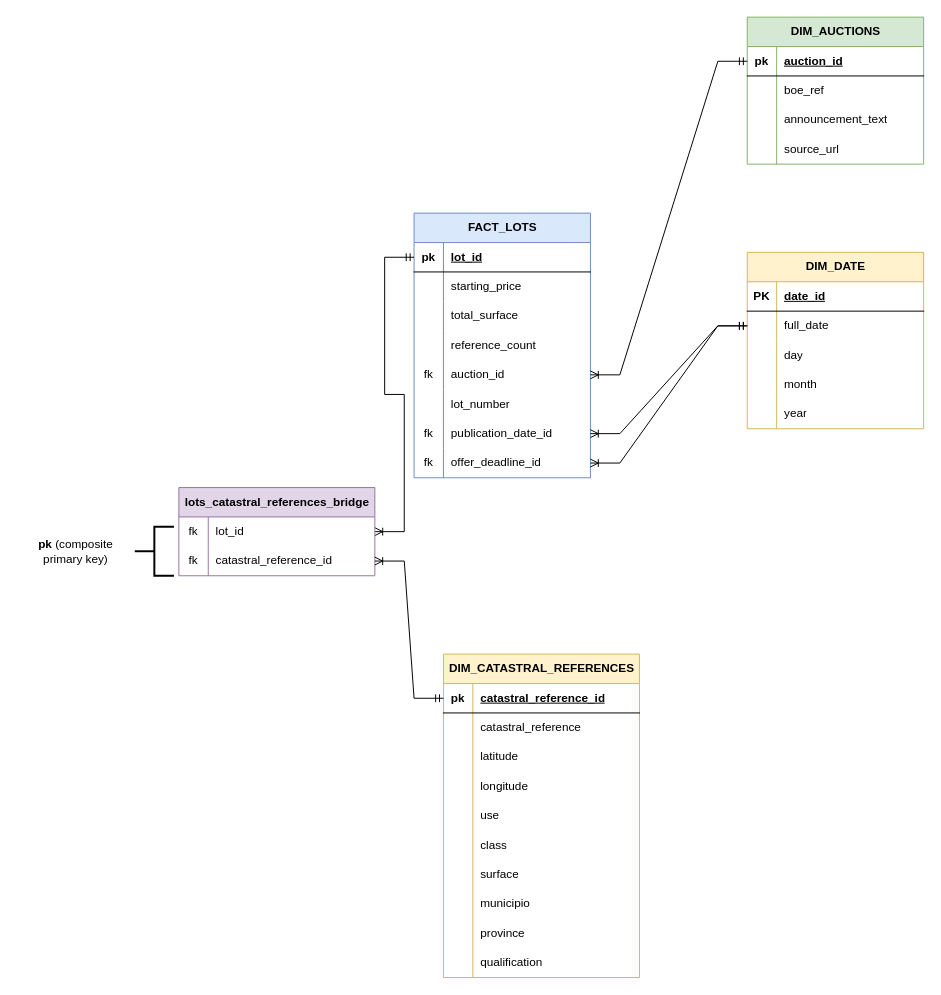
The draw.io diagram data_modeling/OLAP/3.gold/E-R.drawio in MiguelDonado/subastas_analytics, before the edit. Source tidied: cells renumbered, new cells numbered last; positions are measured from the earlier drawing's top-left corner, leaving out a move shared by most shapes. Both pictures are drawn from the tidied source at 98%, with x=0, y=0 at pixel (17, 17).
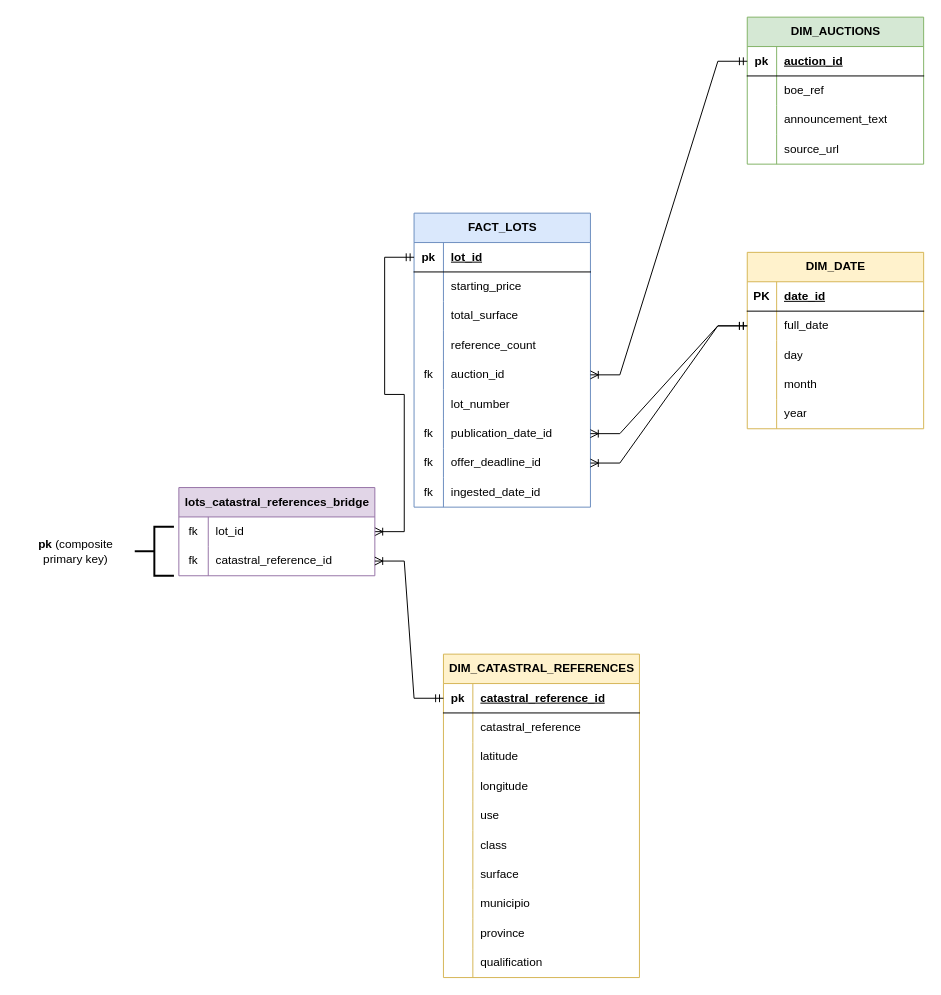
After the change.

The edit, as a diff of the source:
```diff
@@
     <mxCell id="15" value="FACT_LOTS" style="shape=table;startSize=30;childLayout=tableLayout;rowLines=0;fontStyle=1;align=center;html=1;fillColor=#dae8fc;strokeColor=#6c8ebf;" parent="1" vertex="1">
-      <mxGeometry x="405" y="200" width="180" height="270" as="geometry" />
+      <mxGeometry x="405" y="200" width="180" height="300" as="geometry" />
     </mxCell>
@@
+    <mxCell id="101" style="shape=tableRow;horizontal=0;startSize=0;swimlaneHead=0;swimlaneBody=0;fillColor=none;top=0;left=0;right=0;bottom=0;" parent="15" vertex="1">
+      <mxGeometry y="270" width="180" height="30" as="geometry" />
+    </mxCell>
+    <mxCell id="102" value="fk" style="shape=partialRectangle;fillColor=none;top=0;left=0;bottom=0;right=0;overflow=hidden;whiteSpace=wrap;html=1;" parent="101" vertex="1">
+      <mxGeometry width="30" height="30" as="geometry" />
+    </mxCell>
+    <mxCell id="103" value="ingested_date_id" style="shape=partialRectangle;fillColor=none;top=0;left=0;bottom=0;right=0;align=left;spacingLeft=6;overflow=hidden;whiteSpace=wrap;html=1;" parent="101" vertex="1">
+      <mxGeometry x="30" width="150" height="30" as="geometry" />
+    </mxCell>
```
